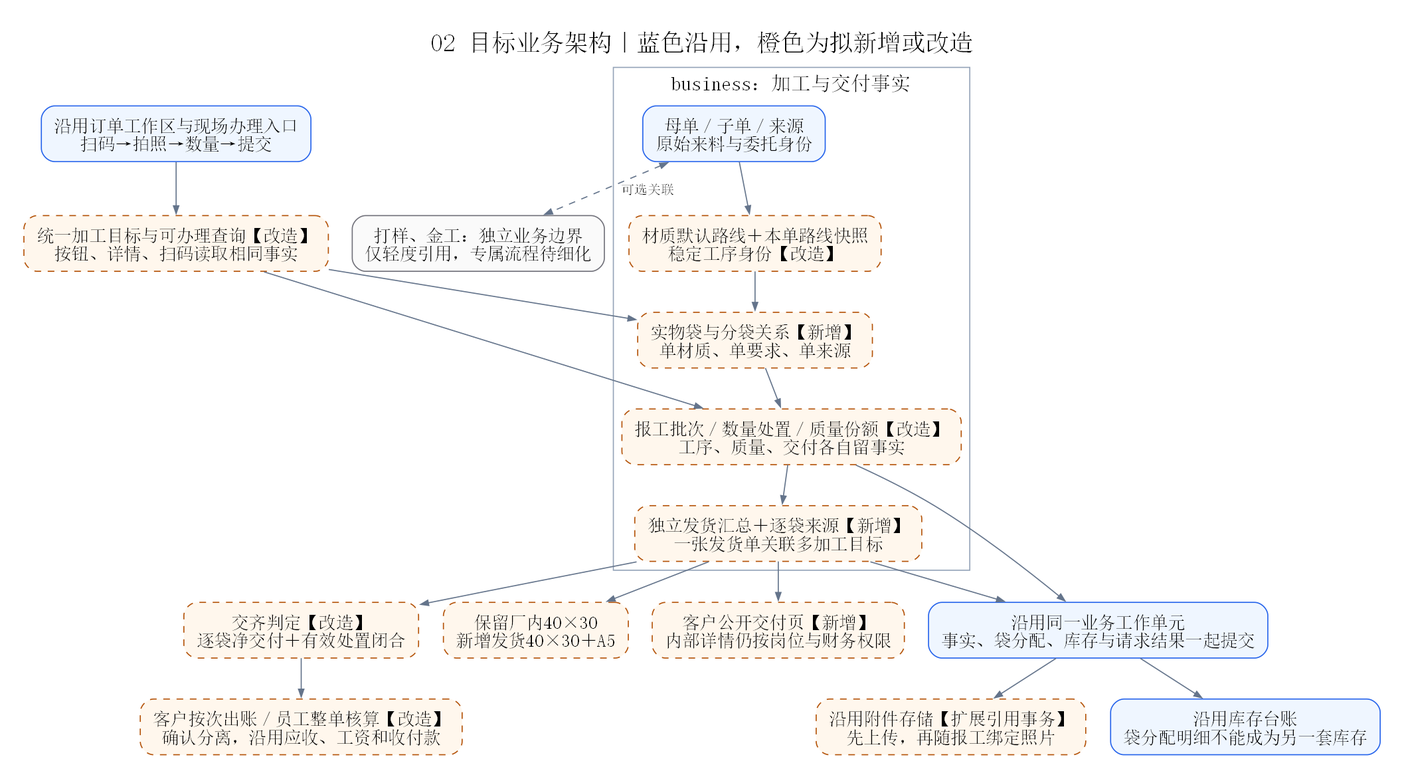
Above: docs/diagrams/system-review/02-target-architecture.png in sxliuchen-hash/zhubao-ERP (Graphviz), before the change. Its source is kept beside it as docs/diagrams/system-review/02-target-architecture.dot.
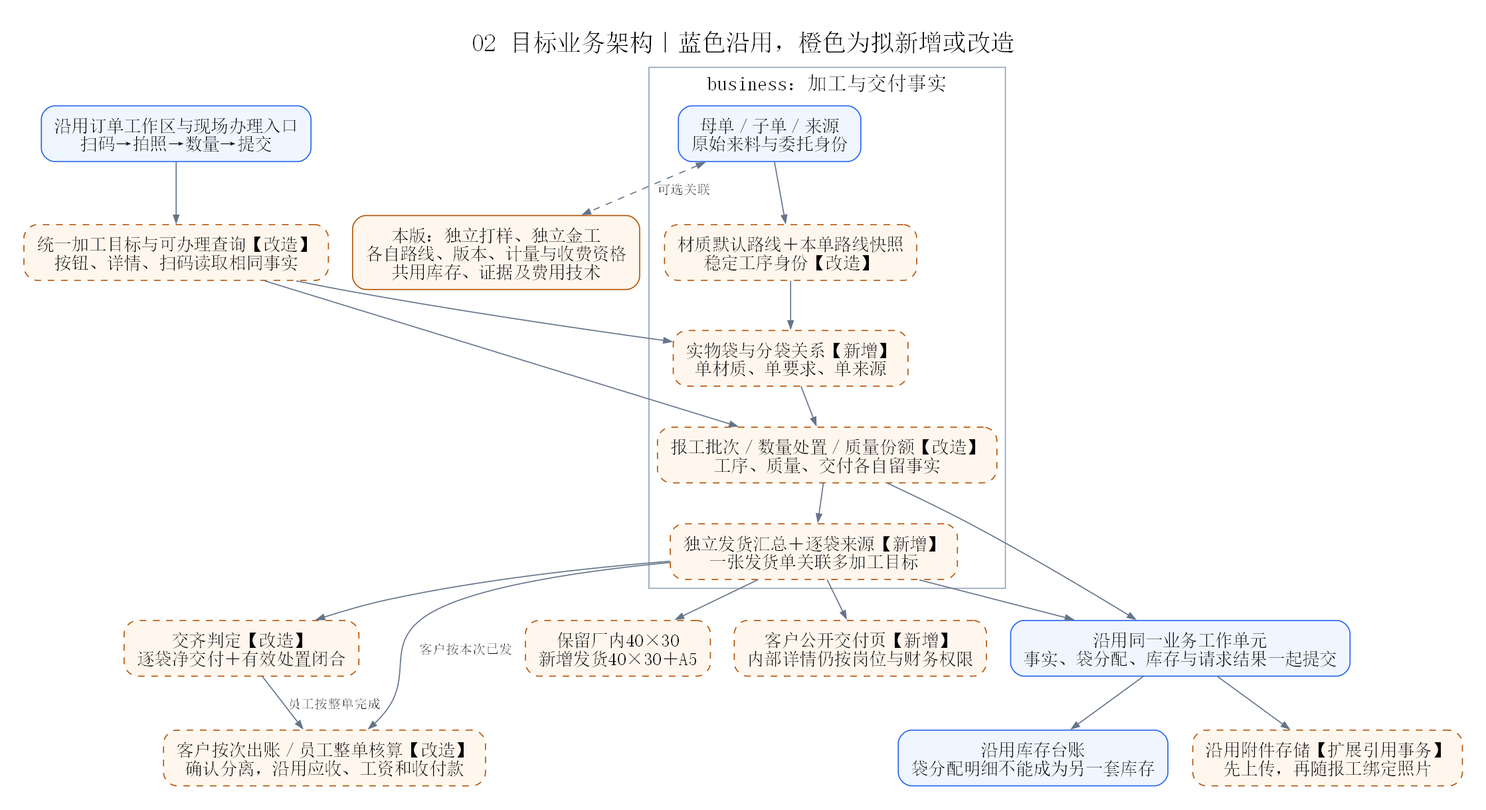
Above is the later version.

What changed in the source:
```diff
@@ -23,8 +23,10 @@
   print [label="保留厂内40×30\n新增发货40×30＋A5",color="#b45309",fillcolor="#fff7ed",style="rounded,filled,dashed"];
   public [label="客户公开交付页【新增】\n内部详情仍按岗位与财务权限",color="#b45309",fillcolor="#fff7ed",style="rounded,filled,dashed"];
   unit -> stock; unit -> doc;
-  shipment -> delivery; delivery -> money;
+  shipment -> delivery;
+  shipment -> money [label="客户按本次已发"];
+  delivery -> money [label="员工按整单完成"];
   shipment -> print; shipment -> public;
-  separate [label="打样、金工：独立业务边界\n仅轻度引用，专属流程待细化",color="#71717a",fillcolor="#fafafa"];
+  separate [label="本版：独立打样、独立金工\n各自路线、版本、计量与收费资格\n共用库存、证据及费用技术",color="#b45309",fillcolor="#fff7ed"];
   original -> separate [style=dashed,label="可选关联",dir=both];
 }
```
